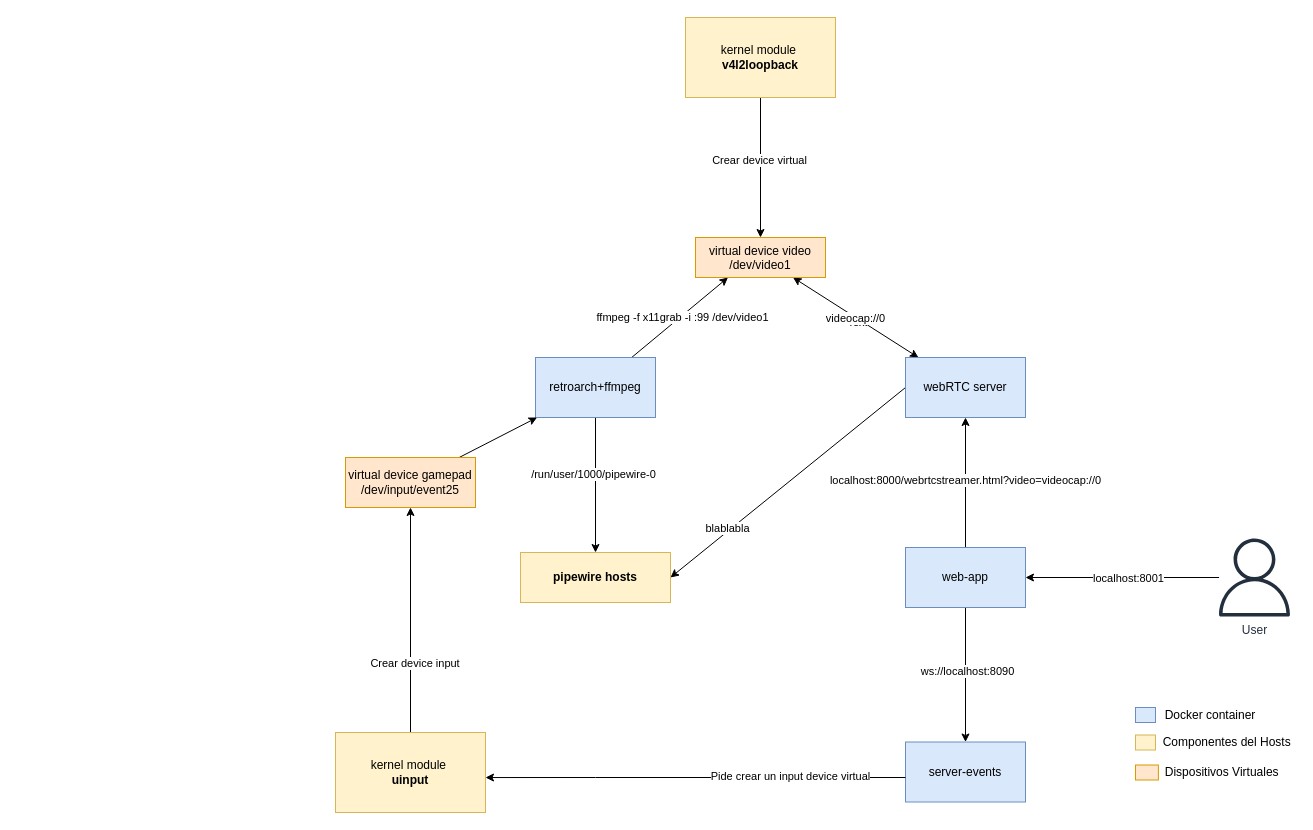
Before: miscelaneo/Diagramas.drawio in fernandoAlfaro00/emuweb, a draw.io diagram. Source tidied: cells renumbered, new cells numbered last; positions are measured from the earlier drawing's top-left corner, leaving out a move shared by most shapes. Both pictures are drawn from the tidied source at 100%, with x=0, y=0 at pixel (335, 17).
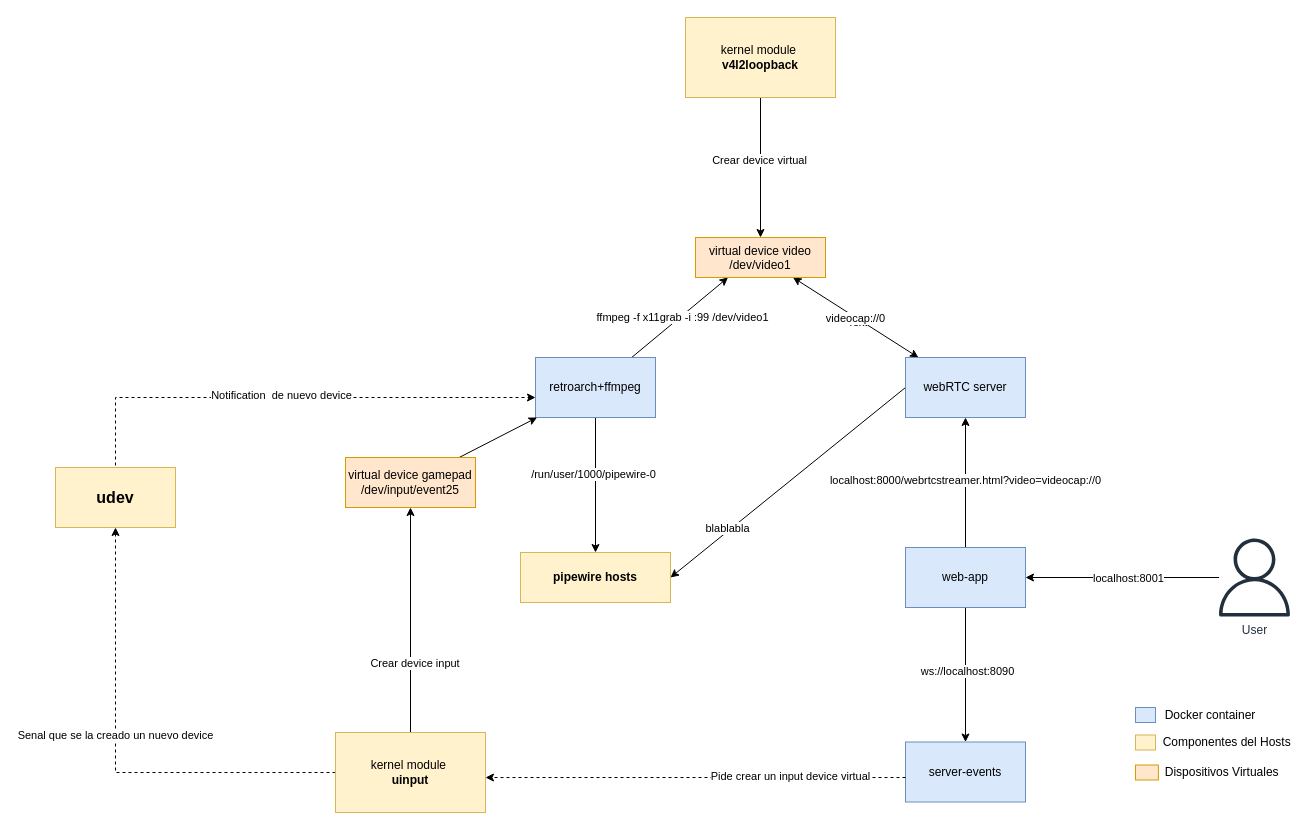
After the change.

Unchanged cells that the change refers to:
```xml
<mxCell id="13" value="server-events" style="rounded=0;whiteSpace=wrap;html=1;fillColor=#dae8fc;strokeColor=#6c8ebf;" parent="1" vertex="1">
  <mxGeometry x="570" y="724.5" width="120" height="60" as="geometry" />
</mxCell>
<mxCell id="30" value="kernel module&amp;nbsp;&lt;div&gt;&lt;b&gt;uinput&lt;/b&gt;&lt;/div&gt;" style="rounded=0;whiteSpace=wrap;html=1;fillColor=#fff2cc;strokeColor=#d6b656;" parent="1" vertex="1">
  <mxGeometry y="715" width="150" height="80" as="geometry" />
</mxCell>
```

Diff of the diagram source:
```diff
@@
+    <mxCell id="43" style="edgeStyle=orthogonalEdgeStyle;rounded=0;jettySize=auto;html=1;dashed=1;" parent="1" edge="1" source="30" target="47">
+      <mxGeometry relative="1" as="geometry" />
+    </mxCell>
+    <mxCell id="44" value="Senal que se la creado un nuevo device" style="edgeLabel;html=1;align=center;verticalAlign=middle;" parent="43" vertex="1">
+      <mxGeometry x="0.11" y="1" relative="1" as="geometry" />
+    </mxCell>
@@
-    <mxCell id="31" style="edgeStyle=orthogonalEdgeStyle;rounded=0;jettySize=auto;html=1;entryX=1;entryY=0.563;entryDx=0;entryDy=0;entryPerimeter=0;" parent="1" edge="1" source="13" target="30">
+    <mxCell id="31" style="edgeStyle=orthogonalEdgeStyle;rounded=0;jettySize=auto;html=1;entryX=1;entryY=0.563;entryDx=0;entryDy=0;entryPerimeter=0;dashed=1;" parent="1" edge="1" source="13" target="30">
       <mxGeometry relative="1" as="geometry">
         <Array as="points">
           <mxPoint x="260" y="760" />
         </Array>
       </mxGeometry>
     </mxCell>
@@
+    <mxCell id="45" style="edgeStyle=orthogonalEdgeStyle;rounded=0;orthogonalLoop=1;jettySize=auto;html=1;entryX=0;entryY=0.5;entryDx=0;entryDy=0;dashed=1;" parent="1" edge="1">
+      <mxGeometry relative="1" as="geometry">
+        <mxPoint x="-220" y="460" as="sourcePoint" />
+        <mxPoint x="200" y="380" as="targetPoint" />
+        <Array as="points">
+          <mxPoint x="-220" y="380" />
+        </Array>
+      </mxGeometry>
+    </mxCell>
+    <mxCell id="46" value="Notification&amp;nbsp; de nuevo device" style="edgeLabel;html=1;align=center;verticalAlign=middle;" parent="45" vertex="1">
+      <mxGeometry x="-0.02" y="3" relative="1" as="geometry" />
+    </mxCell>
+    <mxCell id="47" value="&lt;b&gt;&lt;font style=&quot;font-size: 16px;&quot;&gt;udev&lt;/font&gt;&lt;/b&gt;" style="rounded=0;whiteSpace=wrap;html=1;fillColor=#fff2cc;strokeColor=#d6b656;" parent="1" vertex="1">
+      <mxGeometry x="-280" y="450" width="120" height="60" as="geometry" />
+    </mxCell>
```
